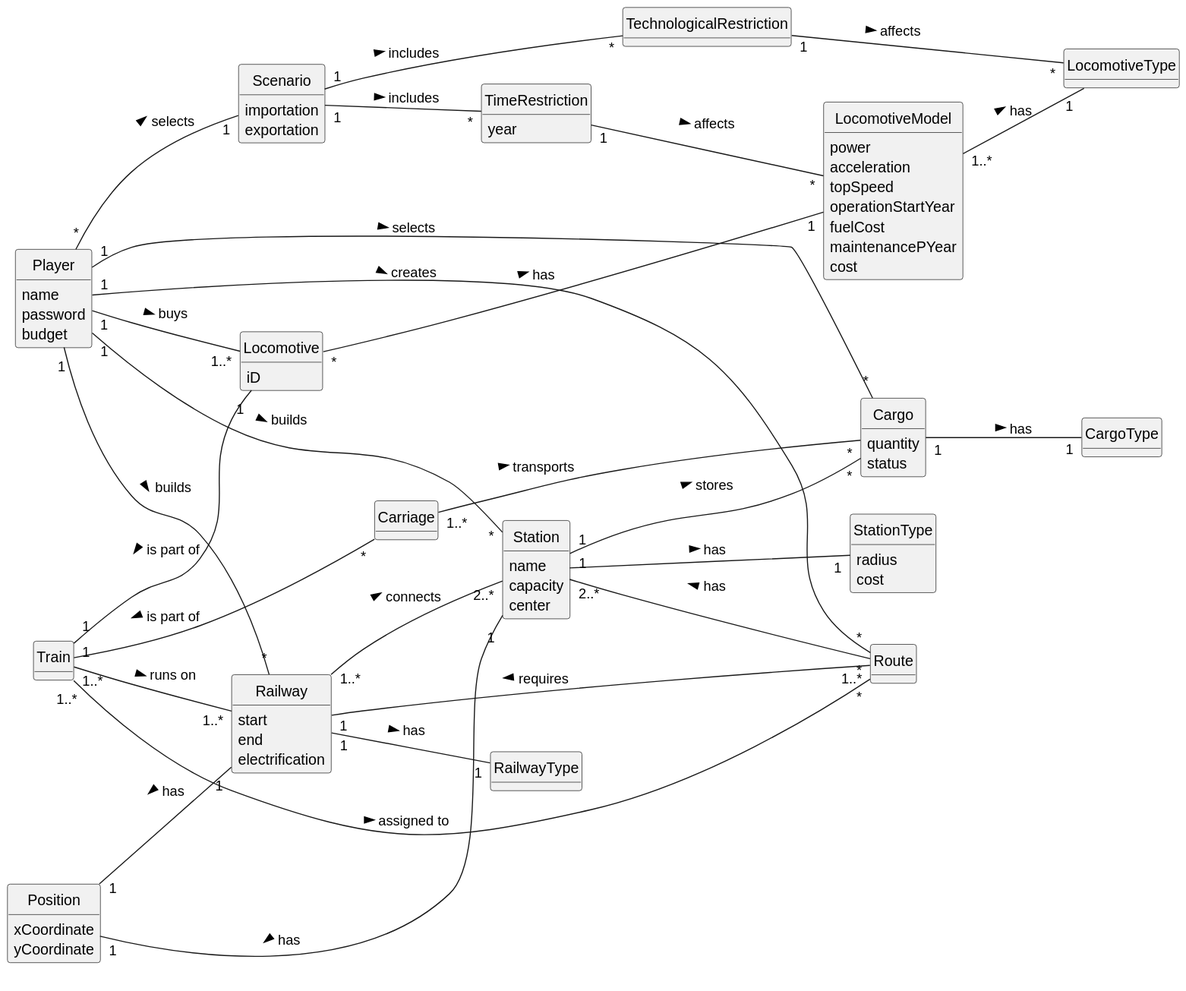
Above: Sprint2/US010/02.analysis/svg/US010-DM.svg in 1240935/pi2-railway-simulator (PlantUML), before the change.
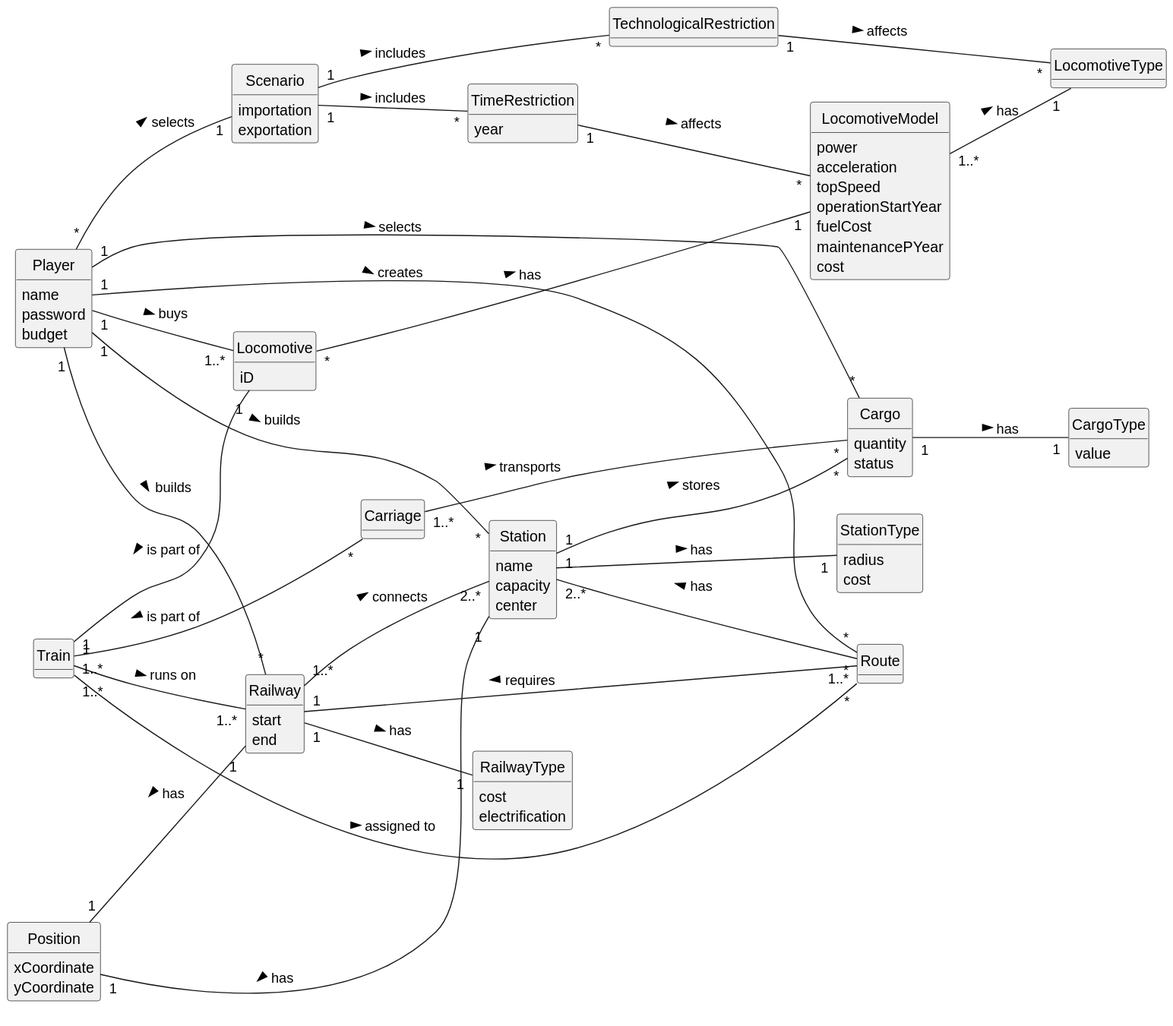
After the change.

Diff of the diagram source:
```diff
@@ -51,15 +51,17 @@
 }
 
 class CargoType{
+    value
 }
 
 class Railway{
     start
     end
-    electrification
 }
 
 class RailwayType{
+    cost
+    electrification
 }
 
 class Position{
```
